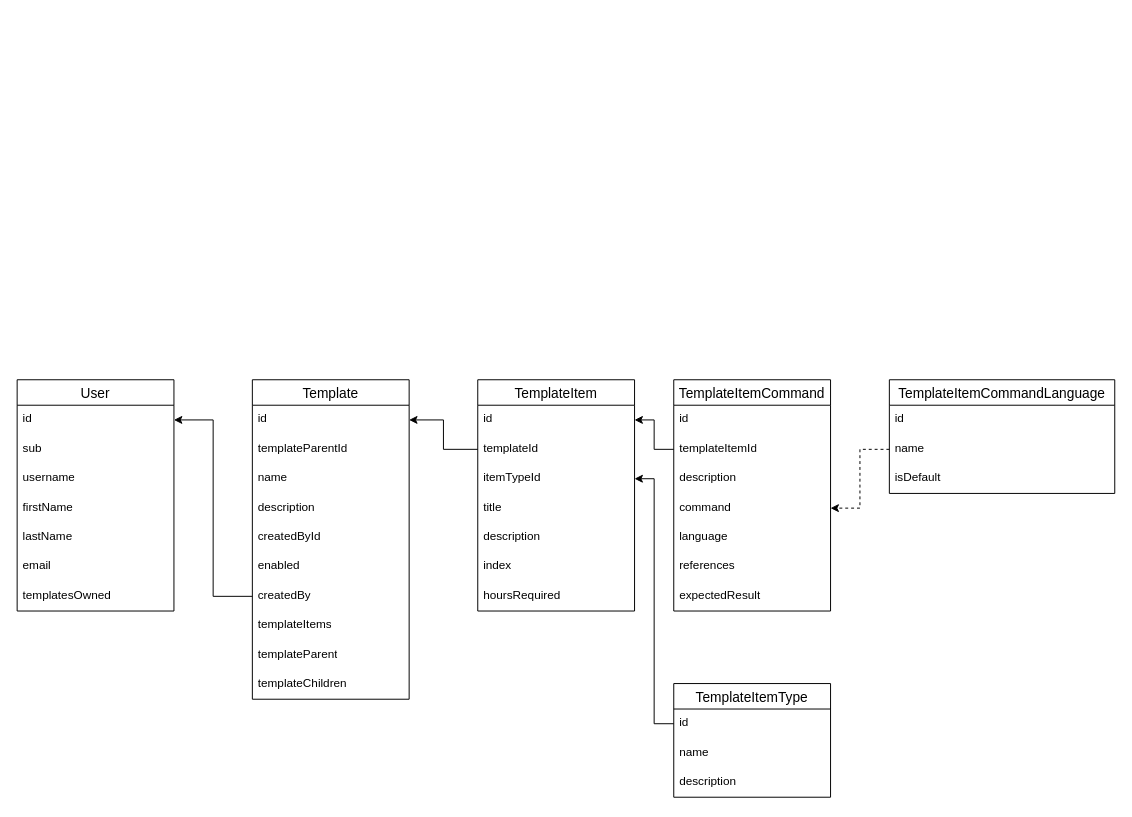
This is page "db-template" (6 of 10) of mockups/wireframe.drawio from Task-Repository/application-gui, a draw.io file, before an edit. Source tidied: cells renumbered, new cells numbered last; positions are measured from the earlier drawing's top-left corner, leaving out a move shared by most shapes. Both pictures are drawn from the tidied source at 98%, with x=0, y=0 at pixel (17, 379).
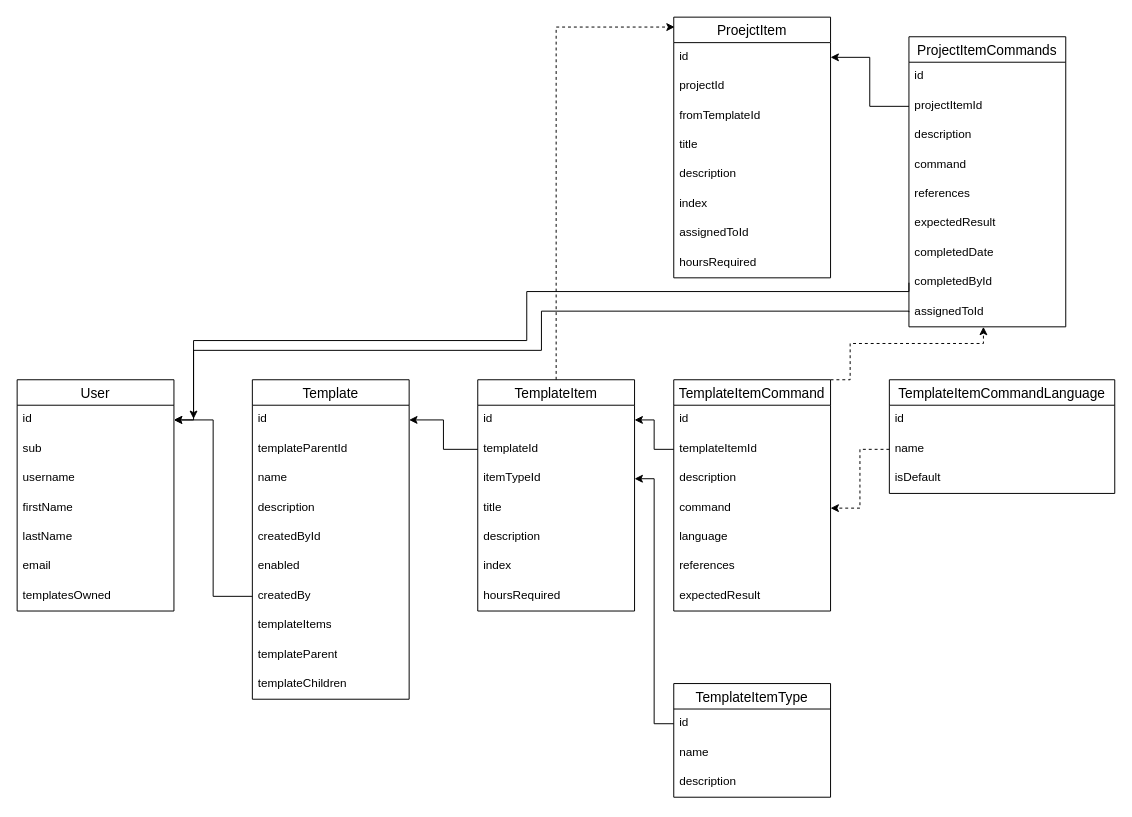
After the change.

Unchanged cells that the change refers to:
```xml
<mxCell id="3" value="id" style="text;strokeColor=none;fillColor=none;spacingLeft=4;spacingRight=4;overflow=hidden;points=[[0,0.5],[1,0.5]];portConstraint=eastwest;fontSize=12;whiteSpace=wrap;html=1;" parent="2" vertex="1">
  <mxGeometry y="26" width="160" height="30" as="geometry" />
</mxCell>
<mxCell id="23" value="TemplateItem" style="swimlane;fontStyle=0;horizontal=1;startSize=26;align=center;fontSize=14;" parent="1" vertex="1">
  <mxGeometry x="470" width="160" height="236" as="geometry" />
</mxCell>
<mxCell id="32" value="TemplateItemCommand" style="swimlane;fontStyle=0;horizontal=1;startSize=26;align=center;fontSize=14;" parent="1" vertex="1">
  <mxGeometry x="670" width="160" height="236" as="geometry" />
</mxCell>
```

Change to the diagram source:
```diff
@@
+    <mxCell id="51" style="edgeStyle=orthogonalEdgeStyle;rounded=0;jettySize=auto;html=1;exitX=0.5;exitY=0;exitDx=0;exitDy=0;entryX=0.006;entryY=0.038;entryDx=0;entryDy=0;entryPerimeter=0;dashed=1;" parent="1" edge="1" source="23" target="53">
+      <mxGeometry relative="1" as="geometry" />
+    </mxCell>
@@
+    <mxCell id="52" style="edgeStyle=orthogonalEdgeStyle;rounded=0;jettySize=auto;html=1;exitX=1;exitY=0;exitDx=0;exitDy=0;entryX=0.475;entryY=1;entryDx=0;entryDy=0;entryPerimeter=0;dashed=1;" parent="1" edge="1" source="32" target="71">
+      <mxGeometry relative="1" as="geometry">
+        <Array as="points">
+          <mxPoint x="850" />
+          <mxPoint x="850" y="-37" />
+          <mxPoint x="986" y="-37" />
+        </Array>
+      </mxGeometry>
+    </mxCell>
@@
+    <mxCell id="53" value="ProejctItem" style="swimlane;fontStyle=0;horizontal=1;startSize=26;align=center;fontSize=14;" parent="1" vertex="1">
+      <mxGeometry x="670" y="-370" width="160" height="266" as="geometry" />
+    </mxCell>
+    <mxCell id="54" value="id" style="text;strokeColor=none;fillColor=none;spacingLeft=4;spacingRight=4;overflow=hidden;points=[[0,0.5],[1,0.5]];portConstraint=eastwest;fontSize=12;whiteSpace=wrap;html=1;" parent="53" vertex="1">
+      <mxGeometry y="26" width="160" height="30" as="geometry" />
+    </mxCell>
+    <mxCell id="55" value="projectId" style="text;strokeColor=none;fillColor=none;spacingLeft=4;spacingRight=4;overflow=hidden;fontSize=12;whiteSpace=wrap;html=1;" parent="53" vertex="1">
+      <mxGeometry y="56" width="160" height="30" as="geometry" />
+    </mxCell>
+    <mxCell id="56" value="fromTemplateId" style="text;strokeColor=none;fillColor=none;spacingLeft=4;spacingRight=4;overflow=hidden;fontSize=12;whiteSpace=wrap;html=1;" parent="53" vertex="1">
+      <mxGeometry y="86" width="160" height="30" as="geometry" />
+    </mxCell>
+    <mxCell id="57" value="title" style="text;strokeColor=none;fillColor=none;spacingLeft=4;spacingRight=4;overflow=hidden;fontSize=12;whiteSpace=wrap;html=1;" parent="53" vertex="1">
+      <mxGeometry y="116" width="160" height="30" as="geometry" />
+    </mxCell>
+    <mxCell id="58" value="description" style="text;strokeColor=none;fillColor=none;spacingLeft=4;spacingRight=4;overflow=hidden;fontSize=12;whiteSpace=wrap;html=1;" parent="53" vertex="1">
+      <mxGeometry y="146" width="160" height="30" as="geometry" />
+    </mxCell>
+    <mxCell id="59" value="index" style="text;strokeColor=none;fillColor=none;spacingLeft=4;spacingRight=4;overflow=hidden;fontSize=12;whiteSpace=wrap;html=1;" parent="53" vertex="1">
+      <mxGeometry y="176" width="160" height="30" as="geometry" />
+    </mxCell>
+    <mxCell id="60" value="assignedToId" style="text;strokeColor=none;fillColor=none;spacingLeft=4;spacingRight=4;overflow=hidden;fontSize=12;whiteSpace=wrap;html=1;" parent="53" vertex="1">
+      <mxGeometry y="206" width="160" height="30" as="geometry" />
+    </mxCell>
+    <mxCell id="61" value="hoursRequired" style="text;strokeColor=none;fillColor=none;spacingLeft=4;spacingRight=4;overflow=hidden;fontSize=12;whiteSpace=wrap;html=1;" parent="53" vertex="1">
+      <mxGeometry y="236" width="160" height="30" as="geometry" />
+    </mxCell>
+    <mxCell id="62" value="ProjectItemCommands" style="swimlane;fontStyle=0;horizontal=1;startSize=26;align=center;fontSize=14;" parent="1" vertex="1">
+      <mxGeometry x="910" y="-350" width="160" height="296" as="geometry" />
+    </mxCell>
+    <mxCell id="63" value="id" style="text;strokeColor=none;fillColor=none;spacingLeft=4;spacingRight=4;overflow=hidden;fontSize=12;whiteSpace=wrap;html=1;" parent="62" vertex="1">
+      <mxGeometry y="26" width="160" height="30" as="geometry" />
+    </mxCell>
+    <mxCell id="64" value="projectItemId" style="text;strokeColor=none;fillColor=none;spacingLeft=4;spacingRight=4;overflow=hidden;points=[[0,0.5],[1,0.5]];portConstraint=eastwest;fontSize=12;whiteSpace=wrap;html=1;" parent="62" vertex="1">
+      <mxGeometry y="56" width="160" height="30" as="geometry" />
+    </mxCell>
+    <mxCell id="65" value="description" style="text;strokeColor=none;fillColor=none;spacingLeft=4;spacingRight=4;overflow=hidden;fontSize=12;whiteSpace=wrap;html=1;" parent="62" vertex="1">
+      <mxGeometry y="86" width="160" height="30" as="geometry" />
+    </mxCell>
+    <mxCell id="66" value="command" style="text;strokeColor=none;fillColor=none;spacingLeft=4;spacingRight=4;overflow=hidden;fontSize=12;whiteSpace=wrap;html=1;" parent="62" vertex="1">
+      <mxGeometry y="116" width="160" height="30" as="geometry" />
+    </mxCell>
+    <mxCell id="67" value="references" style="text;strokeColor=none;fillColor=none;spacingLeft=4;spacingRight=4;overflow=hidden;fontSize=12;whiteSpace=wrap;html=1;" parent="62" vertex="1">
+      <mxGeometry y="146" width="160" height="30" as="geometry" />
+    </mxCell>
+    <mxCell id="68" value="expectedResult" style="text;strokeColor=none;fillColor=none;spacingLeft=4;spacingRight=4;overflow=hidden;fontSize=12;whiteSpace=wrap;html=1;" parent="62" vertex="1">
+      <mxGeometry y="176" width="160" height="30" as="geometry" />
+    </mxCell>
+    <mxCell id="69" value="completedDate" style="text;strokeColor=none;fillColor=none;spacingLeft=4;spacingRight=4;overflow=hidden;fontSize=12;whiteSpace=wrap;html=1;" parent="62" vertex="1">
+      <mxGeometry y="206" width="160" height="30" as="geometry" />
+    </mxCell>
+    <mxCell id="70" value="completedById" style="text;strokeColor=none;fillColor=none;spacingLeft=4;spacingRight=4;overflow=hidden;points=[[0,0.5],[1,0.5]];portConstraint=eastwest;fontSize=12;whiteSpace=wrap;html=1;" parent="62" vertex="1">
+      <mxGeometry y="236" width="160" height="30" as="geometry" />
+    </mxCell>
+    <mxCell id="71" value="assignedToId" style="text;strokeColor=none;fillColor=none;spacingLeft=4;spacingRight=4;overflow=hidden;points=[[0,0.5],[1,0.5]];portConstraint=eastwest;fontSize=12;whiteSpace=wrap;html=1;" parent="62" vertex="1">
+      <mxGeometry y="266" width="160" height="30" as="geometry" />
+    </mxCell>
+    <mxCell id="72" style="edgeStyle=orthogonalEdgeStyle;rounded=0;jettySize=auto;html=1;exitX=0;exitY=0.5;exitDx=0;exitDy=0;" parent="1" edge="1" source="64" target="54">
+      <mxGeometry relative="1" as="geometry" />
+    </mxCell>
+    <mxCell id="73" style="edgeStyle=orthogonalEdgeStyle;rounded=0;jettySize=auto;html=1;exitX=0;exitY=0.5;exitDx=0;exitDy=0;" parent="1" edge="1" source="71">
+      <mxGeometry relative="1" as="geometry">
+        <mxPoint x="180" y="40" as="targetPoint" />
+        <Array as="points">
+          <mxPoint x="910" y="-70" />
+          <mxPoint x="535" y="-70" />
+          <mxPoint x="535" y="-30" />
+          <mxPoint x="180" y="-30" />
+        </Array>
+      </mxGeometry>
+    </mxCell>
+    <mxCell id="74" style="edgeStyle=orthogonalEdgeStyle;rounded=0;jettySize=auto;html=1;exitX=0;exitY=0.5;exitDx=0;exitDy=0;entryX=1;entryY=0.5;entryDx=0;entryDy=0;" parent="1" edge="1" source="70" target="3">
+      <mxGeometry relative="1" as="geometry">
+        <Array as="points">
+          <mxPoint x="910" y="-90" />
+          <mxPoint x="520" y="-90" />
+          <mxPoint x="520" y="-40" />
+          <mxPoint x="180" y="-40" />
+          <mxPoint x="180" y="41" />
+        </Array>
+      </mxGeometry>
+    </mxCell>
```
